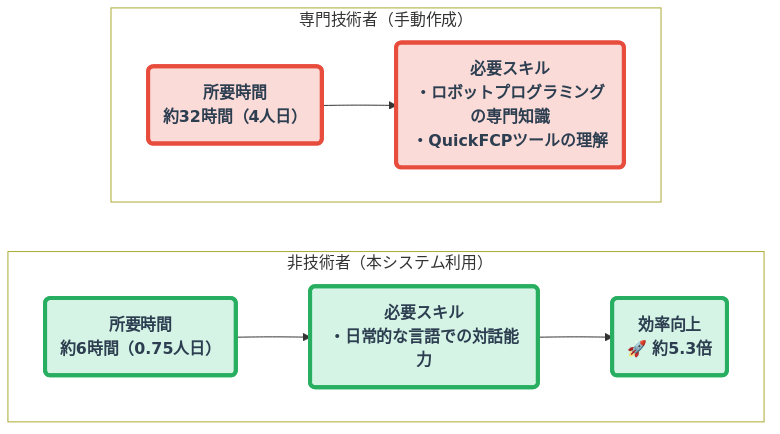
yyren7/visual_workflow_editor keeps this Mermaid diagram as docs/comparison_ja.png. Above is the earlier version. Its source is kept beside it as docs/comparison_ja.mmd.
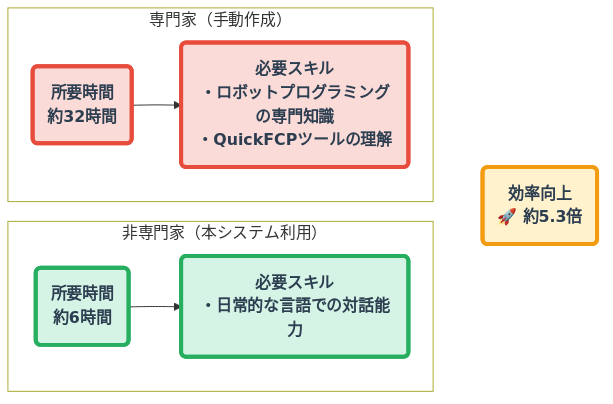
Later version of the same file.

The edit, as a diff of the source:
```diff
@@ -1,19 +1,29 @@
 %%{init: {"themeVariables": {"clusterBkg": "white"}} }%%
 graph LR;
 
-    subgraph "非技術者（本システム利用）"
+    subgraph "非専門家（本システム利用）"
         direction LR
-        D("<b>所要時間</b><br>約6時間（0.75人日）") --> E("<b>必要スキル</b><br>・日常的な言語での対話能力") --> F("<b>効率向上</b><br>🚀 <b>約5.3倍</b>");
+        D("<b>所要時間</b><br>約6時間") --> E("<b>必要スキル</b><br>・日常的な言語での対話能力");
     end
 
-    subgraph "専門技術者（手動作成）"
+    subgraph "専門家（手動作成）"
         direction LR
-        A("<b>所要時間</b><br>約32時間（4人日）") --> B("<b>必要スキル</b><br>・ロボットプログラミングの専門知識<br>・QuickFCPツールの理解");
+        A("<b>所要時間</b><br>約32時間") --> B("<b>必要スキル</b><br>・ロボットプログラミングの専門知識<br>・QuickFCPツールの理解");
     end
 
+    F("<b>効率向上</b><br>🚀 <b>約5.3倍</b>");
+
+    B -.-> F;
+    E -.-> F;
 
     classDef manualNode fill:#FADBD8,stroke:#E74C3C,stroke-width:4px,color:#2C3E50,font-weight:bold;
     classDef systemNode fill:#D5F4E6,stroke:#27AE60,stroke-width:4px,color:#2C3E50,font-weight:bold;
+    classDef efficiencyNode fill:#FFF2CC,stroke:#F39C12,stroke-width:4px,color:#2C3E50,font-weight:bold;
+    classDef hiddenLink stroke:transparent,fill:transparent;
 
     class A,B manualNode;
-    class D,E,F systemNode;
+    class D,E systemNode;
+    class F efficiencyNode;
+
+    linkStyle 2 stroke:transparent;
+    linkStyle 3 stroke:transparent;
```
